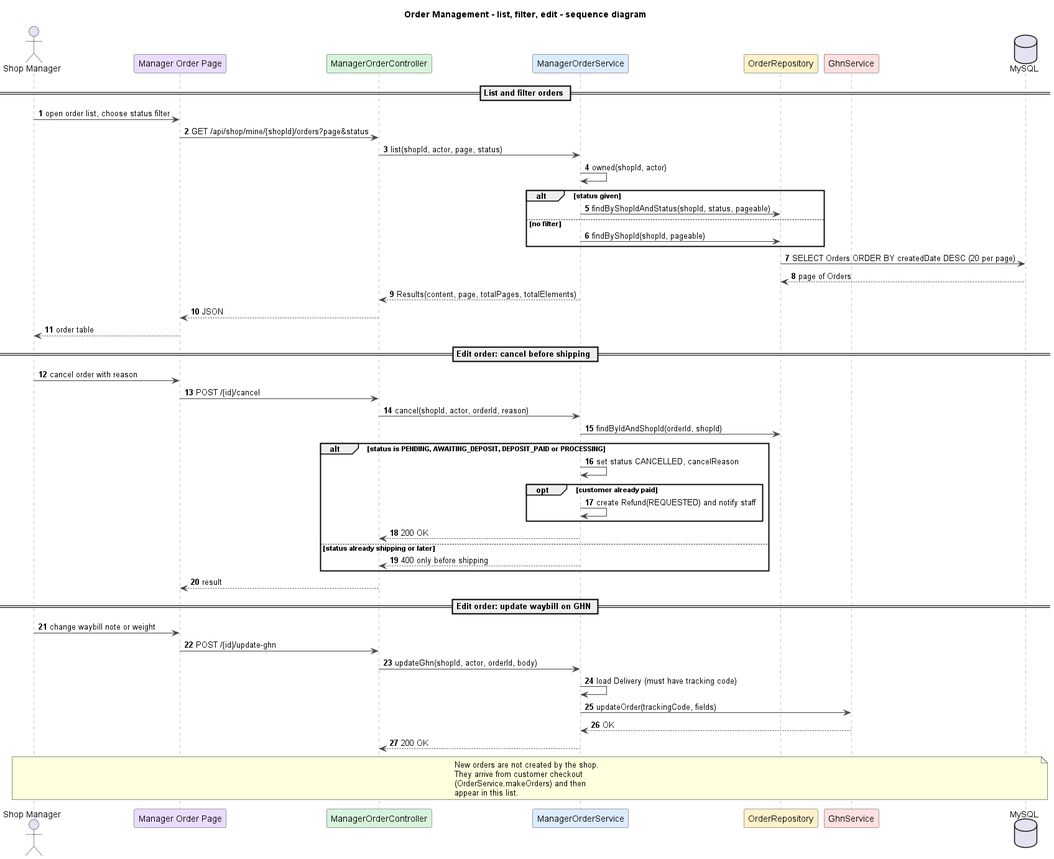
This is docs/diagrams/02-order-management-sequence.png from duckpao/FlowerShop_SWP391, a PlantUML export, as it was before one commit.
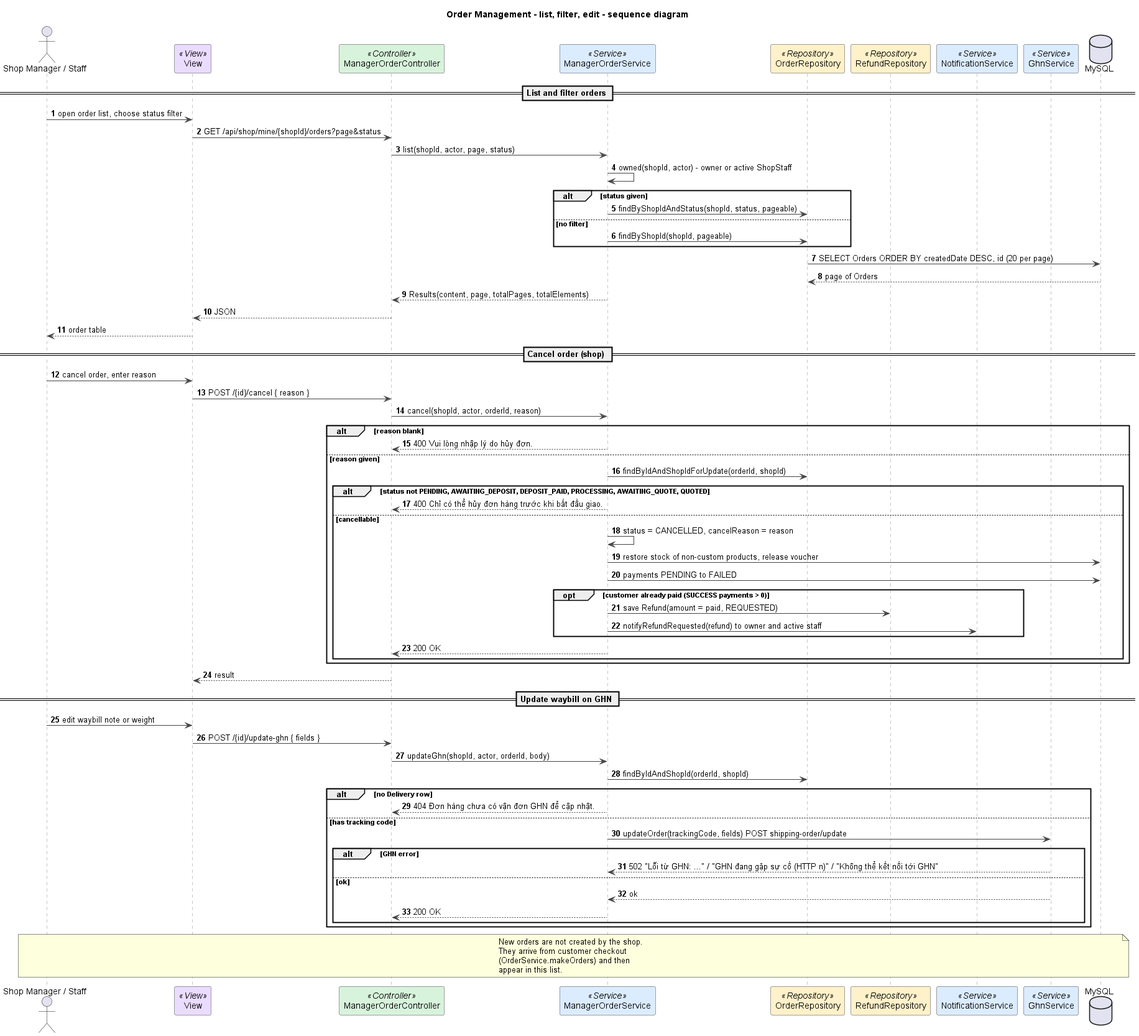
After the commit.

What changed in the source:
```diff
@@ -12,54 +12,71 @@
   ParticipantBackgroundColor #FFFFFF
 }
 
-actor "Shop Manager" as M
-participant "Manager Order Page" as UI #EADCFF
-participant ManagerOrderController as C #D8F3DC
-participant ManagerOrderService as S #DCECFF
-participant OrderRepository as R #FFF1C9
-participant GhnService as G #FFE0E0
+actor "Shop Manager / Staff" as M
+participant "View" as V <<View>> #EADCFF
+participant ManagerOrderController as C <<Controller>> #D8F3DC
+participant ManagerOrderService as S <<Service>> #DCECFF
+participant OrderRepository as R <<Repository>> #FFF1C9
+participant RefundRepository as RF <<Repository>> #FFF1C9
+participant NotificationService as N <<Service>> #DCECFF
+participant GhnService as G <<Service>> #DCECFF
 database MySQL
 
 == List and filter orders ==
-M -> UI : open order list, choose status filter
-UI -> C : GET /api/shop/mine/{shopId}/orders?page&status
+M -> V : open order list, choose status filter
+V -> C : GET /api/shop/mine/{shopId}/orders?page&status
 C -> S : list(shopId, actor, page, status)
-S -> S : owned(shopId, actor)
+S -> S : owned(shopId, actor) - owner or active ShopStaff
 alt status given
   S -> R : findByShopIdAndStatus(shopId, status, pageable)
 else no filter
   S -> R : findByShopId(shopId, pageable)
 end
-R -> MySQL : SELECT Orders ORDER BY createdDate DESC (20 per page)
+R -> MySQL : SELECT Orders ORDER BY createdDate DESC, id (20 per page)
 MySQL --> R : page of Orders
 S --> C : Results(content, page, totalPages, totalElements)
-C --> UI : JSON
-UI --> M : order table
+C --> V : JSON
+V --> M : order table
 
-== Edit order: cancel before shipping ==
-M -> UI : cancel order with reason
-UI -> C : POST /{id}/cancel
+== Cancel order (shop) ==
+M -> V : cancel order, enter reason
+V -> C : POST /{id}/cancel { reason }
 C -> S : cancel(shopId, actor, orderId, reason)
+alt reason blank
+  S --> C : 400 Vui lòng nhập lý do hủy đơn.
+else reason given
+  S -> R : findByIdAndShopIdForUpdate(orderId, shopId)
+  alt status not PENDING, AWAITING_DEPOSIT, DEPOSIT_PAID, PROCESSING, AWAITING_QUOTE, QUOTED
+    S --> C : 400 Chỉ có thể hủy đơn hàng trước khi bắt đầu giao.
+  else cancellable
+    S -> S : status = CANCELLED, cancelReason = reason
+    S -> MySQL : restore stock of non-custom products, release voucher
+    S -> MySQL : payments PENDING to FAILED
+    opt customer already paid (SUCCESS payments > 0)
+      S -> RF : save Refund(amount = paid, REQUESTED)
+      S -> N : notifyRefundRequested(refund) to owner and active staff
+    end
+    S --> C : 200 OK
+  end
+end
+C --> V : result
+
+== Update waybill on GHN ==
+M -> V : edit waybill note or weight
+V -> C : POST /{id}/update-ghn { fields }
+C -> S : updateGhn(shopId, actor, orderId, body)
 S -> R : findByIdAndShopId(orderId, shopId)
-alt status is PENDING, AWAITING_DEPOSIT, DEPOSIT_PAID or PROCESSING
-  S -> S : set status CANCELLED, cancelReason
-  opt customer already paid
-    S -> S : create Refund(REQUESTED) and notify staff
+alt no Delivery row
+  S --> C : 404 Đơn hàng chưa có vận đơn GHN để cập nhật.
+else has tracking code
+  S -> G : updateOrder(trackingCode, fields) POST shipping-order/update
+  alt GHN error
+    G --> S : 502 "Lỗi từ GHN: ..." / "GHN đang gặp sự cố (HTTP n)" / "Không thể kết nối tới GHN"
+  else ok
+    G --> S : ok
+    S --> C : 200 OK
   end
-  S --> C : 200 OK
-else status already shipping or later
-  S --> C : 400 only before shipping
 end
-C --> UI : result
-
-== Edit order: update waybill on GHN ==
-M -> UI : change waybill note or weight
-UI -> C : POST /{id}/update-ghn
-C -> S : updateGhn(shopId, actor, orderId, body)
-S -> S : load Delivery (must have tracking code)
-S -> G : updateOrder(trackingCode, fields)
-G --> S : OK
-S --> C : 200 OK
 note over M, MySQL
 New orders are not created by the shop. They arrive from customer checkout
 (OrderService.makeOrders) and then appear in this list.
```
